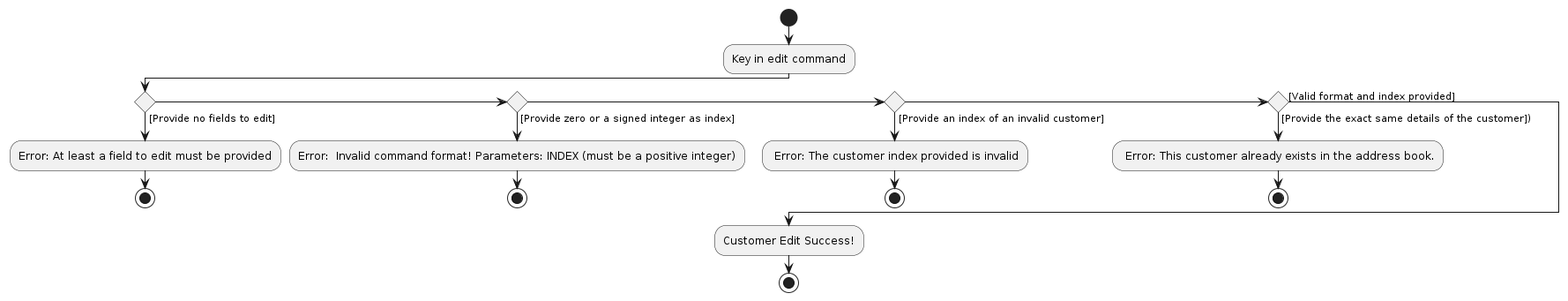
Earlier version of the PlantUML export diagrams/Gabriels Diagrams/CustomerEditActivityDiagram.png (zhonghan721/tp). Its source is kept beside it as diagrams/Gabriels Diagrams/CustomerEditActivityDiagram.puml.
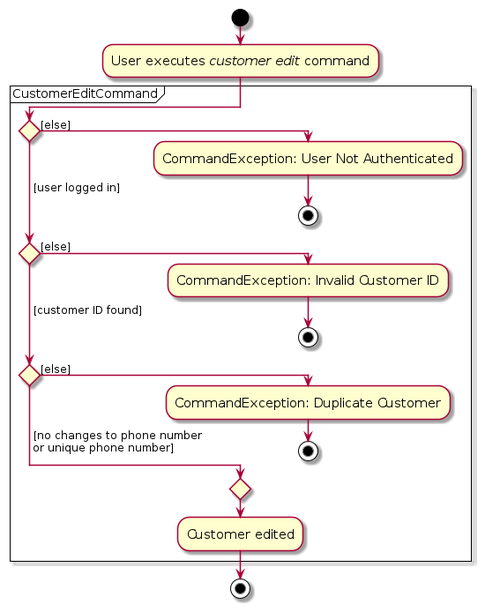
The same diagram one commit later.

Change to the diagram source:
```diff
@@ -1,25 +1,26 @@
 @startuml
+skin rose
+skinparam ActivityFontSize 15
+skinparam ArrowFontSize 12
+
+!pragma useVerticalIf on
 start
-:Key in edit command;
-
- if () then ([Provide no fields to edit])
-  :Error: At least a field to edit must be provided;
-  stop
-  elseif () then ([Provide zero or a signed integer as index])
-  :Error:  Invalid command format! Parameters: INDEX (must be a positive integer);
-  stop
-  elseif () then ([Provide an index of an invalid customer])
-  : Error: The customer index provided is invalid;
-  stop
-  elseif () then ([Provide the exact same details of the customer]))
-  : Error: This customer already exists in the address book.;
-  stop
-  else ([Valid format and index provided])
-  endif
-  :Customer Edit Success!;
-
+:User executes <i>customer edit</i> command;
+partition CustomerEditCommand {
+    if () then ([else])
+        :CommandException: User Not Authenticated;
+        stop
+    ( [user logged in]) elseif () then ([else])
+        :CommandException: Invalid Customer ID;
+        stop
+    ( [customer ID found]) elseif () then ([else])
+        :CommandException: Duplicate Customer;
+        stop
+    else ( [no changes to phone number\n or unique phone number])
+    endif
+    :Customer edited;
+}
 
 stop
 
-
 @enduml
```
